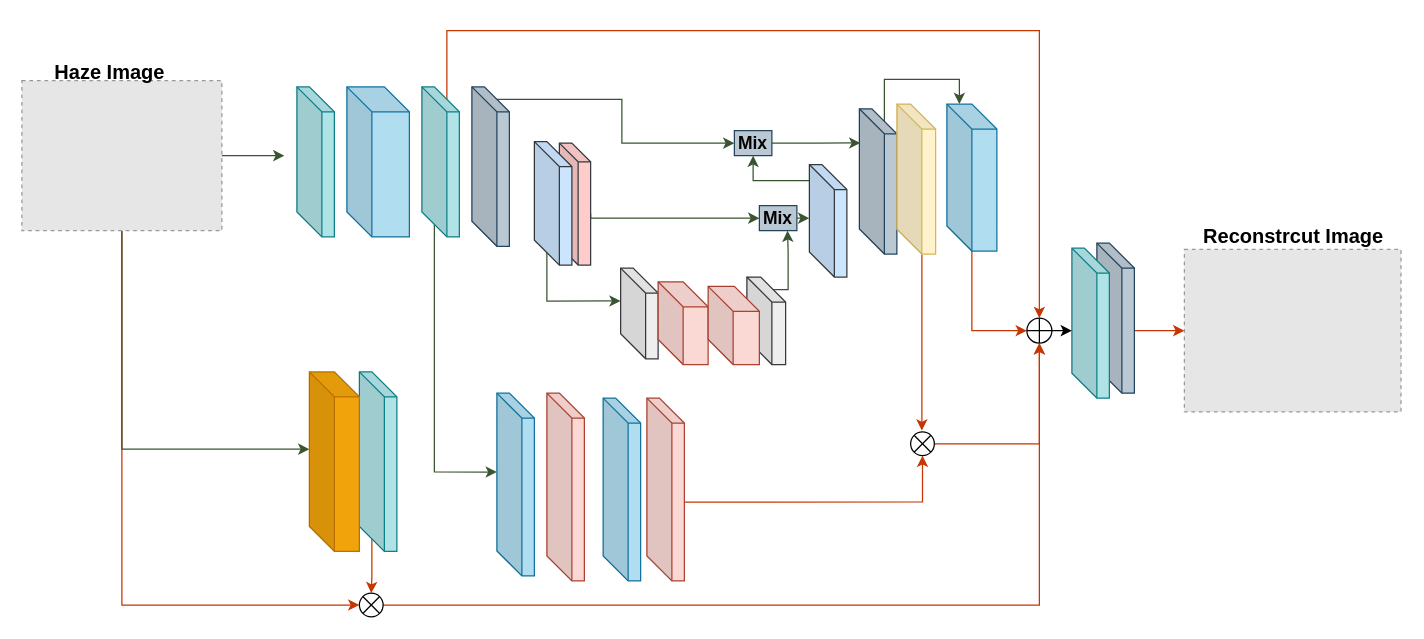
June1238/DenseDepth keeps this draw.io diagram as 未命名绘图.drawio. Above is the earlier version. Source tidied: cells renumbered, new cells numbered last; positions are measured from the earlier drawing's top-left corner, leaving out a move shared by most shapes. Both pictures are drawn from the tidied source at 125%, with x=0, y=0 at pixel (21, 30). Pictures stored in the file or linked from it are replaced by grey dashed boxes.
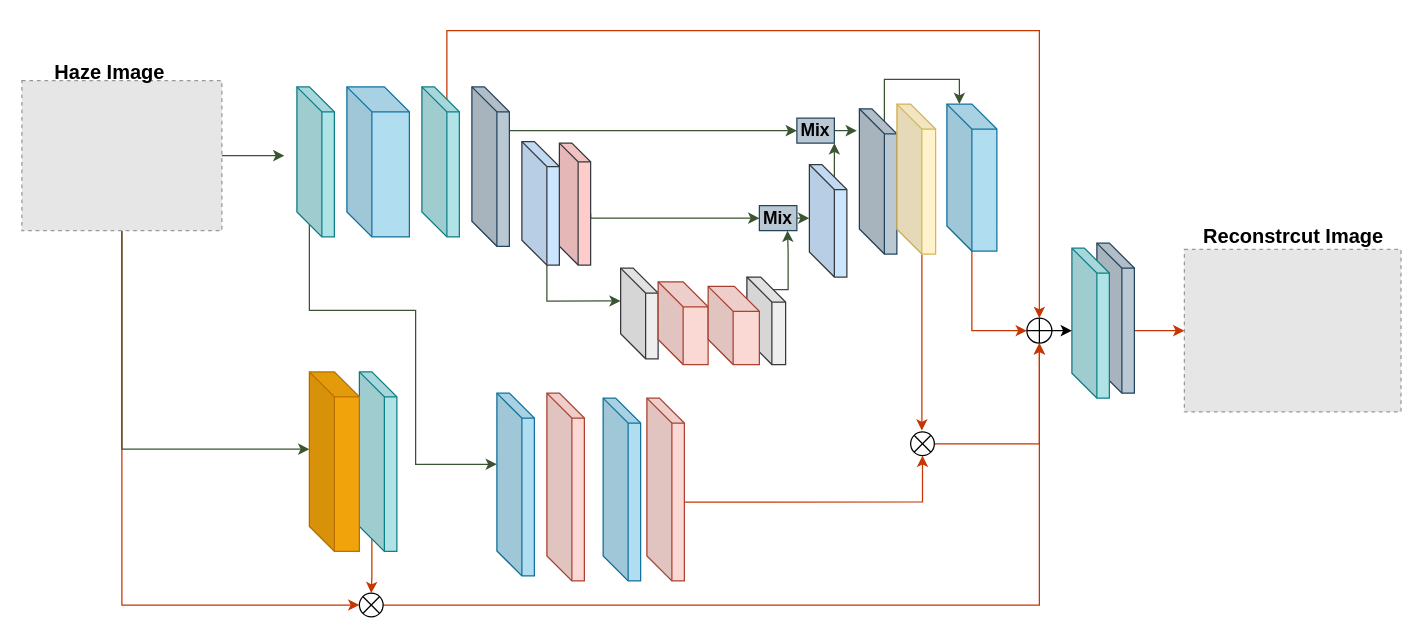
The same page after the edit.

Unchanged cells that the change refers to:
```xml
<mxCell id="12" style="shape=cube;whiteSpace=wrap;html=1;boundedLbl=1;backgroundOutline=1;darkOpacity=0.05;darkOpacity2=0.1;fillColor=#b0e3e6;strokeColor=#0e8088;" parent="1" vertex="1">
  <mxGeometry x="320" y="45" width="30" height="120" as="geometry" />
</mxCell>
<mxCell id="14" style="shape=cube;whiteSpace=wrap;html=1;boundedLbl=1;backgroundOutline=1;darkOpacity=0.05;darkOpacity2=0.1;fillColor=#bac8d3;strokeColor=#23445d;" parent="1" vertex="1">
  <mxGeometry x="360" y="45" width="30" height="127.5" as="geometry" />
</mxCell>
<mxCell id="16" style="shape=cube;whiteSpace=wrap;html=1;boundedLbl=1;backgroundOutline=1;darkOpacity=0.05;darkOpacity2=0.1;fillColor=#bac8d3;strokeColor=#23445d;" parent="1" vertex="1">
  <mxGeometry x="670" y="62.5" width="30" height="116.2" as="geometry" />
</mxCell>
<mxCell id="18" style="shape=cube;whiteSpace=wrap;html=1;boundedLbl=1;backgroundOutline=1;darkOpacity=0.05;darkOpacity2=0.1;fillColor=#cce5ff;strokeColor=#36393d;" parent="1" vertex="1">
  <mxGeometry x="630" y="107.1" width="30" height="90" as="geometry" />
</mxCell>
<mxCell id="26" style="shape=cube;whiteSpace=wrap;html=1;boundedLbl=1;backgroundOutline=1;darkOpacity=0.05;darkOpacity2=0.1;fillColor=#b1ddf0;strokeColor=#10739e;" parent="1" vertex="1">
  <mxGeometry x="380" y="290" width="30" height="146.2" as="geometry" />
</mxCell>
```

What changed in the source:
```diff
@@
-    <mxCell id="10" style="edgeStyle=orthogonalEdgeStyle;rounded=0;jettySize=auto;html=1;exitX=0;exitY=0;exitDx=10;exitDy=110;exitPerimeter=0;entryX=0;entryY=0;entryDx=0;entryDy=63.125;entryPerimeter=0;fillColor=#6d8764;strokeColor=#3A5431;" parent="1" edge="1" source="12" target="26">
-      <mxGeometry relative="1" as="geometry">
-        <Array as="points">
-          <mxPoint x="330" y="353" />
-        </Array>
-      </mxGeometry>
-    </mxCell>
@@
     <mxCell id="13" style="edgeStyle=orthogonalEdgeStyle;rounded=0;jettySize=auto;html=1;exitX=0;exitY=0;exitDx=20;exitDy=10;exitPerimeter=0;entryX=0;entryY=0.5;entryDx=0;entryDy=0;fillColor=#6d8764;strokeColor=#3A5431;" parent="1" edge="1" source="14" target="53">
-      <mxGeometry relative="1" as="geometry" />
+      <mxGeometry relative="1" as="geometry">
+        <Array as="points">
+          <mxPoint x="380" y="80" />
+        </Array>
+      </mxGeometry>
     </mxCell>
@@
-    <mxCell id="17" style="edgeStyle=orthogonalEdgeStyle;rounded=0;jettySize=auto;html=1;exitX=0;exitY=0;exitDx=5;exitDy=0;exitPerimeter=0;entryX=0.5;entryY=1;entryDx=0;entryDy=0;fillColor=#6d8764;strokeColor=#3A5431;" parent="1" edge="1" source="18" target="53">
-      <mxGeometry relative="1" as="geometry">
-        <Array as="points">
-          <mxPoint x="635" y="120" />
-          <mxPoint x="585" y="120" />
-        </Array>
-      </mxGeometry>
+    <mxCell id="17" style="edgeStyle=orthogonalEdgeStyle;rounded=0;jettySize=auto;html=1;exitX=0;exitY=0;exitDx=20;exitDy=10;exitPerimeter=0;entryX=1;entryY=1;entryDx=0;entryDy=0;fillColor=#6d8764;strokeColor=#3A5431;" parent="1" edge="1" source="18" target="53">
+      <mxGeometry relative="1" as="geometry" />
     </mxCell>
@@
     <mxCell id="35" style="shape=cube;whiteSpace=wrap;html=1;boundedLbl=1;backgroundOutline=1;darkOpacity=0.05;darkOpacity2=0.1;fillColor=#cce5ff;strokeColor=#36393d;" parent="1" vertex="1">
-      <mxGeometry x="410" y="88.8" width="30" height="98.8" as="geometry" />
+      <mxGeometry x="400" y="88.8" width="30" height="98.8" as="geometry" />
     </mxCell>
@@
+    <mxCell id="54" style="edgeStyle=orthogonalEdgeStyle;rounded=0;orthogonalLoop=1;jettySize=auto;html=1;exitX=0;exitY=0;exitDx=10;exitDy=110;exitPerimeter=0;entryX=0;entryY=0;entryDx=0;entryDy=63.125;entryPerimeter=0;fillColor=#6d8764;strokeColor=#3A5431;" parent="1" edge="1">
+      <mxGeometry relative="1" as="geometry">
+        <mxPoint x="230" y="148.8" as="sourcePoint" />
+        <mxPoint x="380" y="346.9" as="targetPoint" />
+        <Array as="points">
+          <mxPoint x="230" y="223.8" />
+          <mxPoint x="315" y="223.8" />
+          <mxPoint x="315" y="346.8" />
+        </Array>
+      </mxGeometry>
+    </mxCell>
@@
-    <mxCell id="52" style="edgeStyle=orthogonalEdgeStyle;rounded=0;jettySize=auto;html=1;exitX=1;exitY=0.5;exitDx=0;exitDy=0;entryX=0.027;entryY=0.235;entryDx=0;entryDy=0;entryPerimeter=0;fillColor=#6d8764;strokeColor=#3A5431;" parent="1" edge="1" source="53" target="16">
+    <mxCell id="52" style="edgeStyle=orthogonalEdgeStyle;rounded=0;jettySize=auto;html=1;exitX=1;exitY=0.5;exitDx=0;exitDy=0;entryX=-0.068;entryY=0.153;entryDx=0;entryDy=0;entryPerimeter=0;fillColor=#6d8764;strokeColor=#3A5431;" parent="1" edge="1" source="53" target="16">
       <mxGeometry relative="1" as="geometry" />
     </mxCell>
     <mxCell id="53" value="&lt;font style=&quot;font-size: 14px;&quot;&gt;&lt;b&gt;Mix&lt;/b&gt;&lt;/font&gt;" style="rounded=0;whiteSpace=wrap;html=1;fillColor=#bac8d3;strokeColor=#23445d;" parent="1" vertex="1">
-      <mxGeometry x="570" y="80" width="30" height="20" as="geometry" />
+      <mxGeometry x="620" y="70" width="30" height="20" as="geometry" />
     </mxCell>
```
